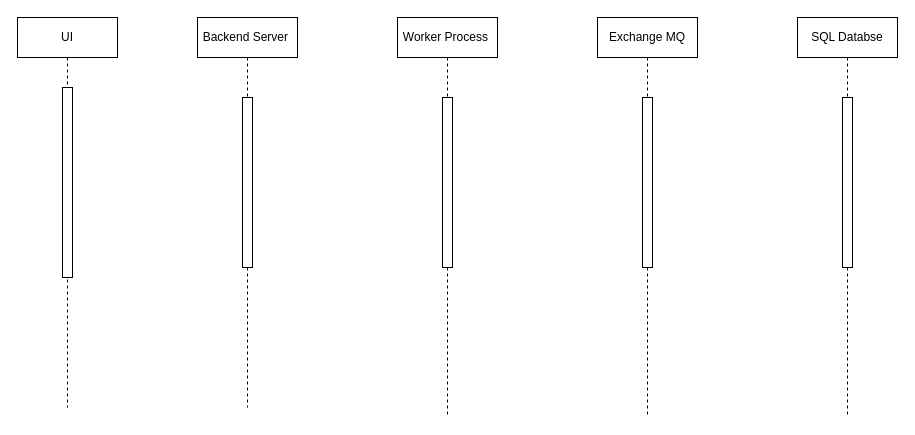
Earlier version of the draw.io diagram Untitled Diagram.drawio (ravibabar/Assignment). Source tidied: cells renumbered, new cells numbered last; positions are measured from the earlier drawing's top-left corner, leaving out a move shared by most shapes. Both pictures are drawn from the tidied source at 100%, with x=0, y=0 at pixel (17, 17).
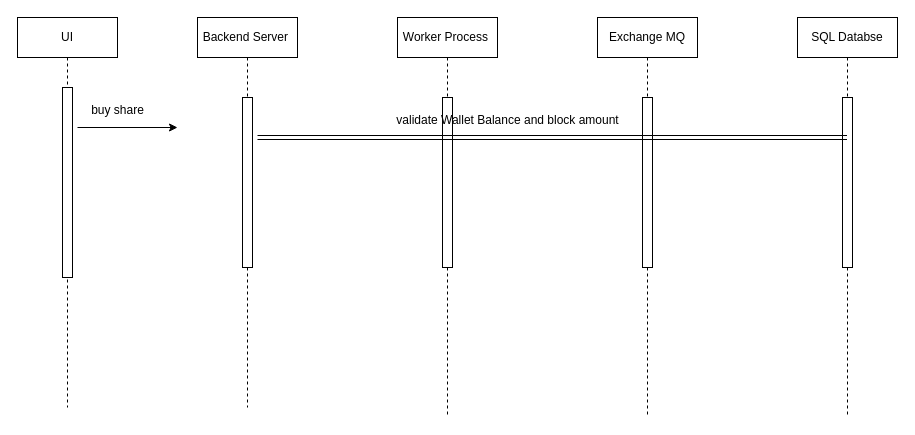
The same page after the edit.

Change to the diagram source:
```diff
@@
 <mxGraphModel>
   <root>
     <mxCell id="0" />
     <mxCell id="1" parent="0" />
     <mxCell id="2" value="UI" style="shape=umlLifeline;perimeter=lifelinePerimeter;whiteSpace=wrap;html=1;newEdgeStyle={&quot;edgeStyle&quot;:&quot;elbowEdgeStyle&quot;,&quot;elbow&quot;:&quot;vertical&quot;,&quot;curved&quot;:0,&quot;rounded&quot;:0};" parent="1" vertex="1">
       <mxGeometry width="100" height="390" as="geometry" />
     </mxCell>
     <mxCell id="3" style="html=1;perimeter=orthogonalPerimeter;targetShapes=umlLifeline;newEdgeStyle={&quot;edgeStyle&quot;:&quot;elbowEdgeStyle&quot;,&quot;elbow&quot;:&quot;vertical&quot;,&quot;curved&quot;:0,&quot;rounded&quot;:0};" parent="2" vertex="1">
       <mxGeometry x="45" y="70" width="10" height="190" as="geometry" />
     </mxCell>
     <mxCell id="4" value="Backend Server&amp;nbsp;" style="shape=umlLifeline;perimeter=lifelinePerimeter;whiteSpace=wrap;html=1;newEdgeStyle={&quot;edgeStyle&quot;:&quot;elbowEdgeStyle&quot;,&quot;elbow&quot;:&quot;vertical&quot;,&quot;curved&quot;:0,&quot;rounded&quot;:0};" parent="1" vertex="1">
       <mxGeometry x="180" width="100" height="390" as="geometry" />
     </mxCell>
     <mxCell id="5" style="html=1;perimeter=orthogonalPerimeter;targetShapes=umlLifeline;newEdgeStyle={&quot;edgeStyle&quot;:&quot;elbowEdgeStyle&quot;,&quot;elbow&quot;:&quot;vertical&quot;,&quot;curved&quot;:0,&quot;rounded&quot;:0};" parent="4" vertex="1">
       <mxGeometry x="45" y="80" width="10" height="170" as="geometry" />
     </mxCell>
     <mxCell id="6" value="Worker Process&amp;nbsp;" style="shape=umlLifeline;perimeter=lifelinePerimeter;whiteSpace=wrap;html=1;newEdgeStyle={&quot;edgeStyle&quot;:&quot;elbowEdgeStyle&quot;,&quot;elbow&quot;:&quot;vertical&quot;,&quot;curved&quot;:0,&quot;rounded&quot;:0};" parent="1" vertex="1">
       <mxGeometry x="380" width="100" height="400" as="geometry" />
     </mxCell>
     <mxCell id="7" style="html=1;perimeter=orthogonalPerimeter;targetShapes=umlLifeline;newEdgeStyle={&quot;edgeStyle&quot;:&quot;elbowEdgeStyle&quot;,&quot;elbow&quot;:&quot;vertical&quot;,&quot;curved&quot;:0,&quot;rounded&quot;:0};" parent="6" vertex="1">
       <mxGeometry x="45" y="80" width="10" height="170" as="geometry" />
     </mxCell>
     <mxCell id="8" value="Exchange MQ" style="shape=umlLifeline;perimeter=lifelinePerimeter;whiteSpace=wrap;html=1;newEdgeStyle={&quot;edgeStyle&quot;:&quot;elbowEdgeStyle&quot;,&quot;elbow&quot;:&quot;vertical&quot;,&quot;curved&quot;:0,&quot;rounded&quot;:0};" parent="1" vertex="1">
       <mxGeometry x="580" width="100" height="400" as="geometry" />
     </mxCell>
     <mxCell id="9" style="html=1;perimeter=orthogonalPerimeter;targetShapes=umlLifeline;newEdgeStyle={&quot;edgeStyle&quot;:&quot;elbowEdgeStyle&quot;,&quot;elbow&quot;:&quot;vertical&quot;,&quot;curved&quot;:0,&quot;rounded&quot;:0};" parent="8" vertex="1">
       <mxGeometry x="45" y="80" width="10" height="170" as="geometry" />
     </mxCell>
     <mxCell id="10" value="SQL Databse" style="shape=umlLifeline;perimeter=lifelinePerimeter;whiteSpace=wrap;html=1;outlineConnect=0;portConstraint=eastwest;newEdgeStyle={&quot;edgeStyle&quot;:&quot;elbowEdgeStyle&quot;,&quot;elbow&quot;:&quot;vertical&quot;,&quot;curved&quot;:0,&quot;rounded&quot;:0};" parent="1" vertex="1">
       <mxGeometry x="780" width="100" height="400" as="geometry" />
     </mxCell>
     <mxCell id="11" style="html=1;perimeter=orthogonalPerimeter;targetShapes=umlLifeline;newEdgeStyle={&quot;edgeStyle&quot;:&quot;elbowEdgeStyle&quot;,&quot;elbow&quot;:&quot;vertical&quot;,&quot;curved&quot;:0,&quot;rounded&quot;:0};" parent="10" vertex="1">
       <mxGeometry x="45" y="80" width="10" height="170" as="geometry" />
     </mxCell>
+    <mxCell id="12" style="endArrow=classic;html=1;rounded=0;" parent="1" edge="1">
+      <mxGeometry relative="1" as="geometry">
+        <mxPoint x="60" y="110" as="sourcePoint" />
+        <mxPoint x="160" y="110" as="targetPoint" />
+      </mxGeometry>
+    </mxCell>
+    <mxCell id="13" value="buy share" style="text;html=1;align=center;verticalAlign=middle;strokeColor=none;fillColor=none;" parent="1" vertex="1">
+      <mxGeometry x="60" y="78" width="80" height="30" as="geometry" />
+    </mxCell>
+    <mxCell id="14" style="shape=link;html=1;rounded=0;" parent="1" edge="1" target="10">
+      <mxGeometry relative="1" as="geometry">
+        <mxPoint x="240" y="120" as="sourcePoint" />
+      </mxGeometry>
+    </mxCell>
+    <mxCell id="15" value="validate Wallet Balance and block amount" style="text;html=1;align=center;verticalAlign=middle;strokeColor=none;fillColor=none;" parent="1" vertex="1">
+      <mxGeometry x="365" y="88" width="250" height="30" as="geometry" />
+    </mxCell>
   </root>
 </mxGraphModel>
```
